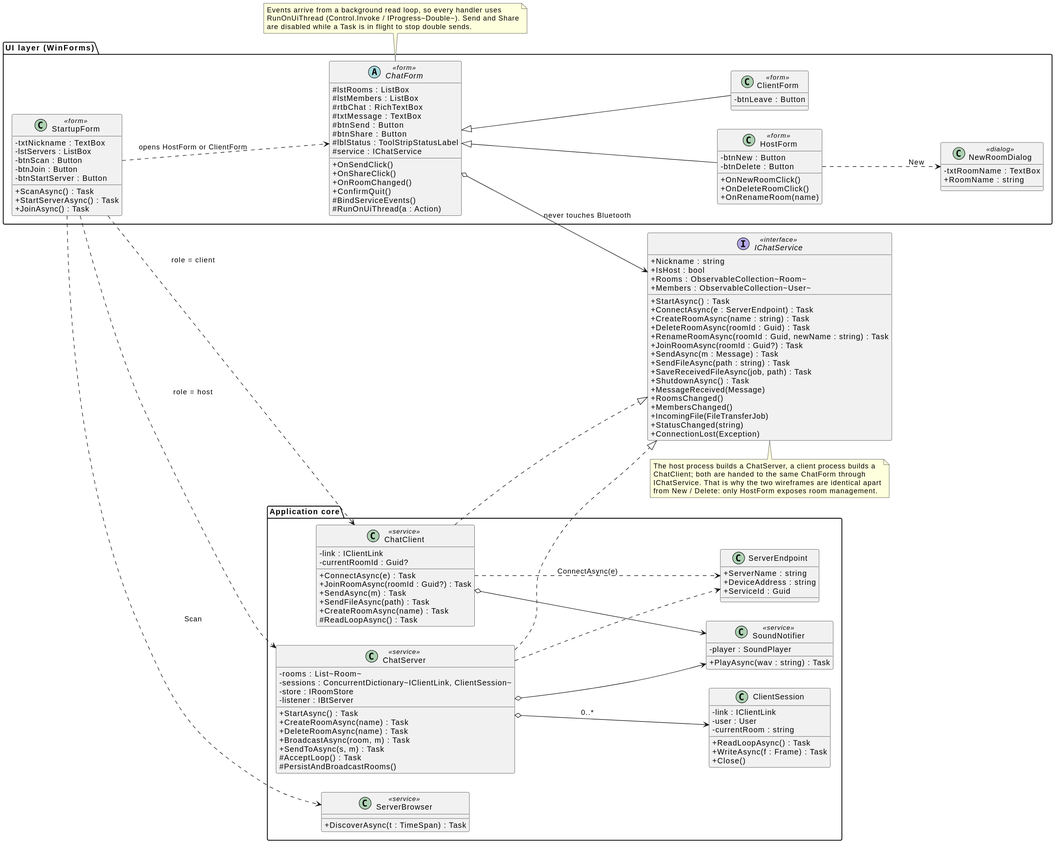
Before: docs/umls/svg/02-class-ui-and-services.svg, a diagram exported from PlantUML (fiefdx/Lantern).
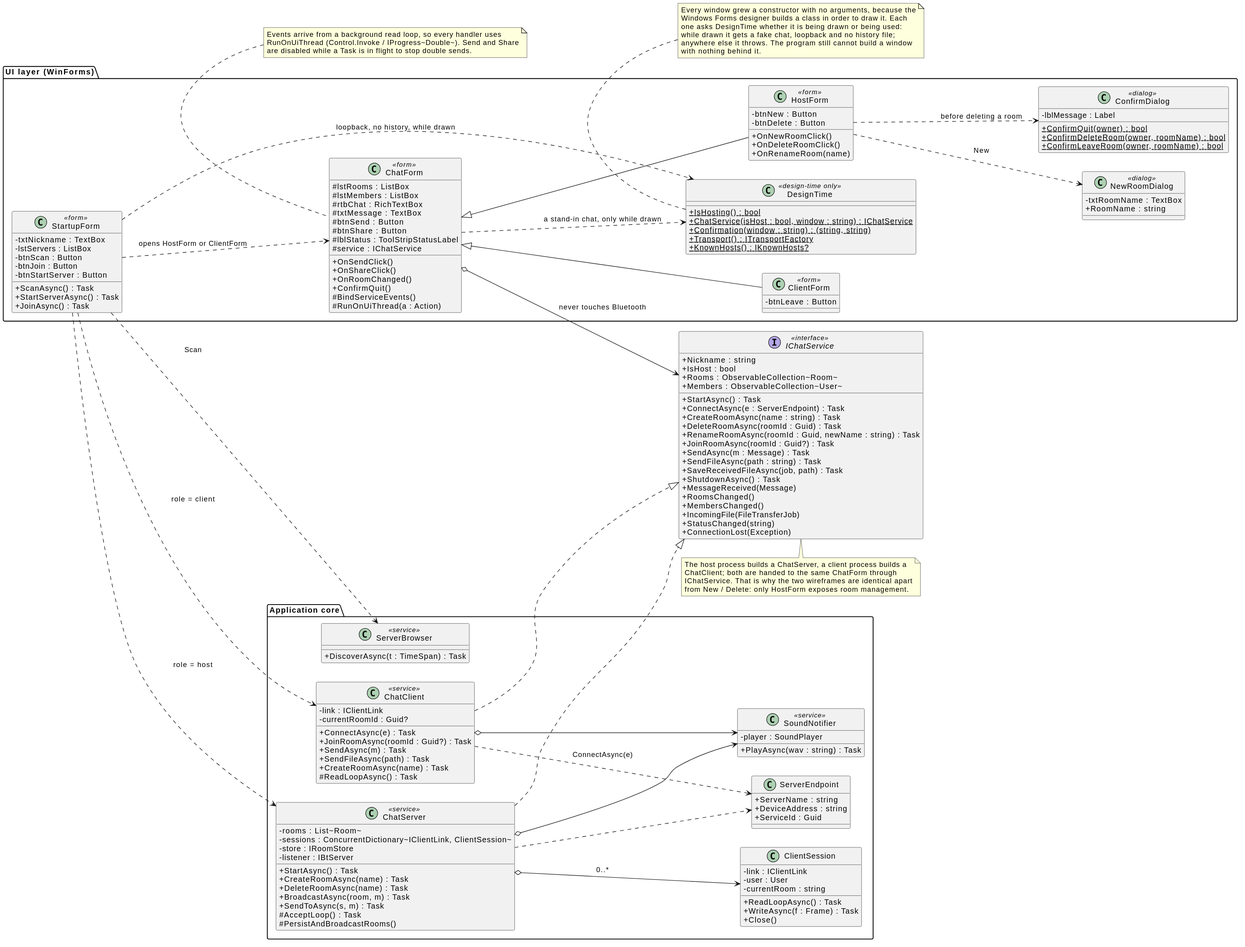
After the change.

The edit, as a diff of the source:
```diff
@@ -14,7 +14,7 @@
     + JoinAsync() : Task
   }
 
-  abstract class ChatForm <<form>> {
+  class ChatForm <<form>> {
     # lstRooms : ListBox
     # lstMembers : ListBox
     # rtbChat : RichTextBox
@@ -46,6 +46,21 @@
   class NewRoomDialog <<dialog>> {
     - txtRoomName : TextBox
     + RoomName : string
+  }
+
+  class ConfirmDialog <<dialog>> {
+    - lblMessage : Label
+    + {static} ConfirmQuit(owner) : bool
+    + {static} ConfirmDeleteRoom(owner, roomName) : bool
+    + {static} ConfirmLeaveRoom(owner, roomName) : bool
+  }
+
+  class DesignTime <<design-time only>> {
+    + {static} IsHosting() : bool
+    + {static} ChatService(isHost : bool, window : string) : IChatService
+    + {static} Confirmation(window : string) : (string, string)
+    + {static} Transport() : ITransportFactory
+    + {static} KnownHosts() : IKnownHosts?
   }
 }
 
@@ -130,7 +145,10 @@
 StartupForm ..> ChatClient : role = client
 StartupForm ..> ServerBrowser : "Scan"
 HostForm ..> NewRoomDialog : "New"
+HostForm ..> ConfirmDialog : before deleting a room
 ChatForm o--> IChatService : never touches Bluetooth
+StartupForm ..> DesignTime : loopback, no history, while drawn
+ChatForm ..> DesignTime : a stand-in chat, only while drawn
 
 ChatServer ..|> IChatService
 ChatClient ..|> IChatService
@@ -152,4 +170,13 @@
   RunOnUiThread (Control.Invoke / IProgress~Double~). Send and Share
   are disabled while a Task is in flight to stop double sends.
 end note
+
+note bottom of DesignTime
+  Every window grew a constructor with no arguments, because the
+  Windows Forms designer builds a class in order to draw it. Each
+  one asks DesignTime whether it is being drawn or being used:
+  while drawn it gets a fake chat, loopback and no history file;
+  anywhere else it throws. The program still cannot build a window
+  with nothing behind it.
+end note
 @enduml
```
